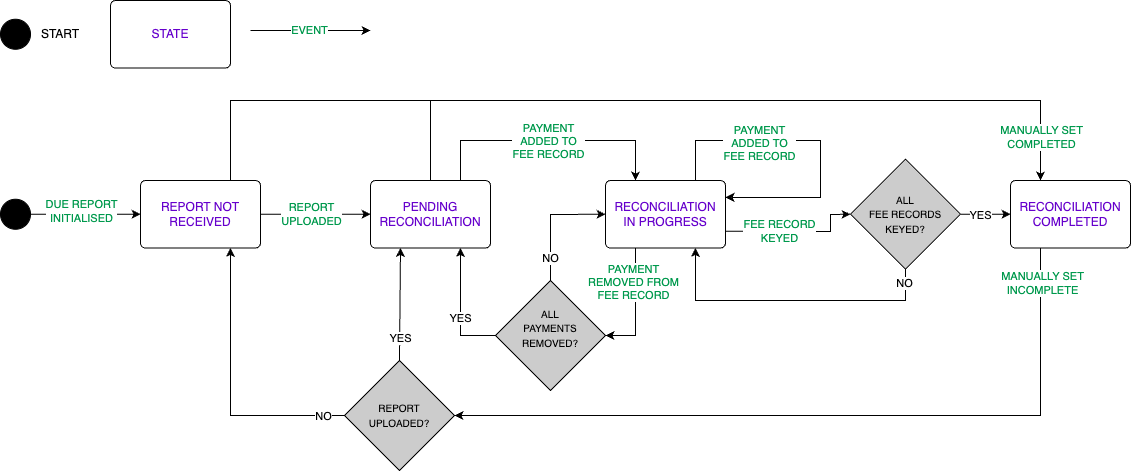
Above: doc/assets/utilisation-report-state-machine.png in UK-Export-Finance/dtfs2 (draw.io), before the change. Source tidied: cells renumbered, new cells last; positions are measured from the earlier drawing's top-left corner, leaving out a move shared by most shapes.
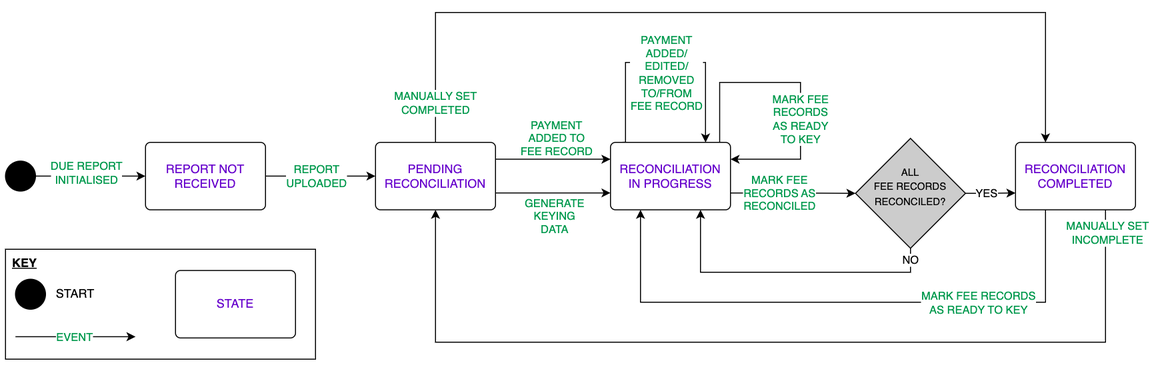
After the change.

Commit message:
docs(FN-3822): update event types and transitions

The edit, as a diff of the source:
```diff
@@ -8,195 +8,170 @@
     <mxCell id="3" value="&lt;font color=&quot;#6600cc&quot;&gt;REPORT NOT RECEIVED&lt;/font&gt;" style="html=1;align=center;verticalAlign=middle;rounded=1;absoluteArcSize=1;arcSize=10;dashed=0;whiteSpace=wrap;" parent="1" vertex="1">
       <mxGeometry x="140" y="180" width="120" height="67.5" as="geometry" />
     </mxCell>
+    <mxCell id="44" style="edgeStyle=orthogonalEdgeStyle;rounded=0;jettySize=auto;html=1;exitX=1;exitY=0.75;exitDx=0;exitDy=0;entryX=0;entryY=0.75;entryDx=0;entryDy=0;" parent="1" edge="1" source="4" target="5">
+      <mxGeometry relative="1" as="geometry" />
+    </mxCell>
+    <mxCell id="45" value="&lt;font color=&quot;#00994d&quot;&gt;GENERATE&lt;br&gt;KEYING&lt;br&gt;DATA&lt;/font&gt;" style="edgeLabel;html=1;align=center;verticalAlign=middle;" parent="44" vertex="1">
+      <mxGeometry x="0.34" y="2" relative="1" as="geometry">
+        <mxPoint x="-19" y="25" as="offset" />
+      </mxGeometry>
+    </mxCell>
     <mxCell id="4" value="&lt;font color=&quot;#6600cc&quot;&gt;PENDING RECONCILIATION&lt;/font&gt;" style="html=1;align=center;verticalAlign=middle;rounded=1;absoluteArcSize=1;arcSize=10;dashed=0;whiteSpace=wrap;" parent="1" vertex="1">
       <mxGeometry x="370" y="180" width="120" height="67.5" as="geometry" />
     </mxCell>
+    <mxCell id="46" style="edgeStyle=orthogonalEdgeStyle;rounded=0;orthogonalLoop=1;jettySize=auto;html=1;exitX=0.094;exitY=-0.001;exitDx=0;exitDy=0;entryX=0.791;entryY=0.001;entryDx=0;entryDy=0;entryPerimeter=0;exitPerimeter=0;" parent="1" edge="1" source="5" target="5">
+      <mxGeometry relative="1" as="geometry">
+        <Array as="points">
+          <mxPoint x="620" y="180" />
+          <mxPoint x="620" y="100" />
+          <mxPoint x="700" y="100" />
+          <mxPoint x="700" y="180" />
+        </Array>
+      </mxGeometry>
+    </mxCell>
+    <mxCell id="47" value="&lt;font color=&quot;#00994d&quot;&gt;&lt;font style=&quot;border-color: var(--border-color);&quot;&gt;PAYMENT&lt;/font&gt;&lt;br style=&quot;border-color: var(--border-color);&quot;&gt;ADDED/&lt;br style=&quot;border-color: var(--border-color);&quot;&gt;EDITED/&lt;br style=&quot;border-color: var(--border-color);&quot;&gt;REMOVED&lt;br style=&quot;border-color: var(--border-color);&quot;&gt;TO/FROM&lt;br style=&quot;border-color: var(--border-color);&quot;&gt;&lt;span style=&quot;border-color: var(--border-color);&quot;&gt;FEE RECORD&lt;/span&gt;&lt;/font&gt;" style="edgeLabel;html=1;align=center;verticalAlign=middle;" parent="46" vertex="1">
+      <mxGeometry x="0.01" relative="1" as="geometry">
+        <mxPoint x="1" y="10" as="offset" />
+      </mxGeometry>
+    </mxCell>
     <mxCell id="5" value="&lt;font color=&quot;#6600cc&quot;&gt;RECONCILIATION &lt;br&gt;IN PROGRESS&lt;/font&gt;" style="html=1;align=center;verticalAlign=middle;rounded=1;absoluteArcSize=1;arcSize=10;dashed=0;whiteSpace=wrap;" parent="1" vertex="1">
       <mxGeometry x="605" y="180" width="120" height="67.5" as="geometry" />
     </mxCell>
+    <mxCell id="48" style="edgeStyle=orthogonalEdgeStyle;rounded=0;jettySize=auto;html=1;exitX=0.25;exitY=1;exitDx=0;exitDy=0;entryX=0.25;entryY=1;entryDx=0;entryDy=0;" parent="1" edge="1" source="6" target="5">
+      <mxGeometry relative="1" as="geometry">
+        <Array as="points">
+          <mxPoint x="1040" y="340" />
+          <mxPoint x="635" y="340" />
+        </Array>
+      </mxGeometry>
+    </mxCell>
+    <mxCell id="49" value="&lt;font color=&quot;#00994d&quot;&gt;MARK FEE RECORDS&lt;br&gt;AS READY TO KEY&lt;/font&gt;" style="edgeLabel;html=1;align=center;verticalAlign=middle;" parent="48" vertex="1">
+      <mxGeometry x="-0.49" y="-1" relative="1" as="geometry">
+        <mxPoint x="-11" y="1" as="offset" />
+      </mxGeometry>
+    </mxCell>
     <mxCell id="6" value="&lt;font color=&quot;#6600cc&quot;&gt;RECONCILIATION COMPLETED&lt;/font&gt;" style="html=1;align=center;verticalAlign=middle;rounded=1;absoluteArcSize=1;arcSize=10;dashed=0;whiteSpace=wrap;" parent="1" vertex="1">
       <mxGeometry x="1010" y="180" width="120" height="67.5" as="geometry" />
     </mxCell>
-    <mxCell id="7" style="endArrow=classic;html=1;rounded=0;exitX=1;exitY=0.5;exitDx=0;exitDy=0;entryX=0;entryY=0.5;entryDx=0;entryDy=0;" parent="1" edge="1" source="2" target="3">
+    <mxCell id="7" style="endArrow=classic;html=1;rounded=0;exitX=1;exitY=0.5;exitDx=0;exitDy=0;entryX=0;entryY=0.5;entryDx=0;entryDy=0;edgeStyle=orthogonalEdgeStyle;" parent="1" edge="1" source="2" target="3">
       <mxGeometry relative="1" as="geometry" />
     </mxCell>
     <mxCell id="8" value="&lt;font color=&quot;#00994d&quot;&gt;DUE REPORT&lt;br&gt;INITIALISED&lt;/font&gt;" style="edgeLabel;html=1;align=center;verticalAlign=middle;" parent="7" vertex="1">
       <mxGeometry x="-0.08" y="3" relative="1" as="geometry" />
     </mxCell>
-    <mxCell id="9" style="endArrow=classic;html=1;rounded=0;exitX=1;exitY=0.5;exitDx=0;exitDy=0;entryX=0;entryY=0.5;entryDx=0;entryDy=0;" parent="1" edge="1" source="3" target="4">
+    <mxCell id="9" style="endArrow=classic;html=1;rounded=0;exitX=1;exitY=0.5;exitDx=0;exitDy=0;entryX=0;entryY=0.5;entryDx=0;entryDy=0;edgeStyle=orthogonalEdgeStyle;" parent="1" edge="1" source="3" target="4">
       <mxGeometry relative="1" as="geometry" />
     </mxCell>
     <mxCell id="10" value="&lt;font color=&quot;#00994d&quot;&gt;REPORT&lt;br&gt;UPLOADED&lt;/font&gt;" style="edgeLabel;html=1;align=center;verticalAlign=middle;" parent="9" vertex="1">
       <mxGeometry x="-0.08" relative="1" as="geometry" />
     </mxCell>
-    <mxCell id="11" style="endArrow=classic;html=1;rounded=0;entryX=0.25;entryY=0;entryDx=0;entryDy=0;exitX=0.5;exitY=0;exitDx=0;exitDy=0;" parent="1" edge="1" source="4" target="6">
-      <mxGeometry relative="1" as="geometry">
-        <Array as="points">
-          <mxPoint x="430" y="100" />
-          <mxPoint x="1040" y="100" />
-        </Array>
-      </mxGeometry>
-    </mxCell>
-    <mxCell id="12" value="&lt;font style=&quot;&quot;&gt;&lt;span style=&quot;font-size: 10px;&quot;&gt;ALL&lt;/span&gt;&lt;br&gt;&lt;span style=&quot;font-size: 10px;&quot;&gt;PAYMENTS&lt;/span&gt;&lt;br&gt;&lt;span style=&quot;font-size: 10px;&quot;&gt;REMOVED?&lt;br&gt;&lt;/span&gt;&lt;br&gt;&lt;/font&gt;" style="rhombus;whiteSpace=wrap;html=1;labelBackgroundColor=none;fillColor=#CCCCCC;fontColor=default;" parent="1" vertex="1">
-      <mxGeometry x="495" y="280" width="110" height="110" as="geometry" />
-    </mxCell>
-    <mxCell id="13" value="&lt;font style=&quot;font-size: 10px;&quot;&gt;ALL&lt;br&gt;FEE RECORDS&lt;br&gt;KEYED?&lt;/font&gt;" style="rhombus;whiteSpace=wrap;html=1;labelBackgroundColor=none;fillColor=#CCCCCC;fontColor=default;" parent="1" vertex="1">
-      <mxGeometry x="850" y="158.8" width="110" height="110" as="geometry" />
+    <mxCell id="13" value="&lt;font style=&quot;font-size: 10px;&quot;&gt;ALL&lt;br style=&quot;border-color: var(--border-color);&quot;&gt;FEE RECORDS&lt;br style=&quot;border-color: var(--border-color);&quot;&gt;RECONCILED?&lt;br&gt;&lt;br&gt;&lt;/font&gt;" style="rhombus;whiteSpace=wrap;html=1;labelBackgroundColor=none;fillColor=#CCCCCC;fontColor=default;" parent="1" vertex="1">
+      <mxGeometry x="850" y="176" width="110" height="110" as="geometry" />
     </mxCell>
-    <mxCell id="14" style="endArrow=classic;html=1;rounded=0;exitX=0.75;exitY=0;exitDx=0;exitDy=0;entryX=0.25;entryY=0;entryDx=0;entryDy=0;" parent="1" edge="1" source="4" target="5">
+    <mxCell id="14" style="endArrow=classic;html=1;rounded=0;exitX=1;exitY=0.25;exitDx=0;exitDy=0;entryX=0;entryY=0.25;entryDx=0;entryDy=0;edgeStyle=orthogonalEdgeStyle;" parent="1" edge="1" source="4" target="5">
       <mxGeometry relative="1" as="geometry">
         <Array as="points">
-          <mxPoint x="460" y="140" />
-          <mxPoint x="635" y="140" />
+          <mxPoint x="560" y="197" />
+          <mxPoint x="560" y="197" />
         </Array>
       </mxGeometry>
     </mxCell>
     <mxCell id="15" value="&lt;font color=&quot;#00994d&quot;&gt;PAYMENT&lt;br&gt;ADDED TO&lt;br&gt;FEE RECORD&lt;/font&gt;" style="edgeLabel;html=1;align=center;verticalAlign=middle;" parent="14" vertex="1">
       <mxGeometry x="-0.08" relative="1" as="geometry">
-        <mxPoint x="9" y="1" as="offset" />
+        <mxPoint x="7" y="-21" as="offset" />
       </mxGeometry>
     </mxCell>
-    <mxCell id="16" style="endArrow=classic;html=1;rounded=0;exitX=1;exitY=0.5;exitDx=0;exitDy=0;entryX=0;entryY=0.5;entryDx=0;entryDy=0;" parent="1" edge="1" source="13" target="6">
+    <mxCell id="16" style="endArrow=classic;html=1;rounded=0;exitX=1;exitY=0.5;exitDx=0;exitDy=0;entryX=0;entryY=0.75;entryDx=0;entryDy=0;edgeStyle=orthogonalEdgeStyle;" parent="1" edge="1" source="13" target="6">
       <mxGeometry relative="1" as="geometry" />
     </mxCell>
     <mxCell id="17" value="YES" style="edgeLabel;html=1;align=center;verticalAlign=middle;" parent="16" vertex="1">
       <mxGeometry x="-0.25" y="-2" relative="1" as="geometry">
-        <mxPoint y="-1" as="offset" />
+        <mxPoint x="1" y="-2" as="offset" />
       </mxGeometry>
     </mxCell>
-    <mxCell id="18" style="endArrow=classic;html=1;rounded=0;exitX=0.5;exitY=1;exitDx=0;exitDy=0;entryX=0.75;entryY=1;entryDx=0;entryDy=0;" parent="1" edge="1" source="13" target="5">
+    <mxCell id="18" style="endArrow=classic;html=1;rounded=0;exitX=0.5;exitY=1;exitDx=0;exitDy=0;entryX=0.75;entryY=1;entryDx=0;entryDy=0;edgeStyle=orthogonalEdgeStyle;" parent="1" edge="1" source="13" target="5">
       <mxGeometry relative="1" as="geometry">
         <Array as="points">
-          <mxPoint x="905" y="300" />
-          <mxPoint x="695" y="300" />
+          <mxPoint x="905" y="310" />
+          <mxPoint x="695" y="310" />
         </Array>
       </mxGeometry>
     </mxCell>
     <mxCell id="19" value="NO" style="edgeLabel;html=1;align=center;verticalAlign=middle;" parent="18" vertex="1">
       <mxGeometry x="-0.92" y="-1" relative="1" as="geometry">
-        <mxPoint y="2" as="offset" />
+        <mxPoint x="1" as="offset" />
       </mxGeometry>
     </mxCell>
-    <mxCell id="20" style="endArrow=classic;html=1;rounded=0;entryX=1;entryY=0.25;entryDx=0;entryDy=0;exitX=0.75;exitY=0;exitDx=0;exitDy=0;" parent="1" edge="1" source="5" target="5">
-      <mxGeometry relative="1" as="geometry">
-        <Array as="points">
-          <mxPoint x="695" y="140" />
-          <mxPoint x="820" y="140" />
-          <mxPoint x="820" y="197" />
-        </Array>
-      </mxGeometry>
-    </mxCell>
-    <mxCell id="21" value="&lt;font color=&quot;#00994d&quot;&gt;PAYMENT&lt;br&gt;ADDED TO&lt;br&gt;FEE RECORD&lt;/font&gt;" style="edgeLabel;html=1;align=center;verticalAlign=middle;" parent="20" vertex="1">
-      <mxGeometry x="-0.01" y="-2" relative="1" as="geometry">
-        <mxPoint x="-54" y="1" as="offset" />
-      </mxGeometry>
-    </mxCell>
-    <mxCell id="22" style="endArrow=classic;html=1;rounded=0;entryX=1;entryY=0.5;entryDx=0;entryDy=0;exitX=0.25;exitY=1;exitDx=0;exitDy=0;" parent="1" edge="1" source="5" target="12">
-      <mxGeometry relative="1" as="geometry">
-        <Array as="points">
-          <mxPoint x="635" y="335" />
-        </Array>
-      </mxGeometry>
-    </mxCell>
-    <mxCell id="23" value="&lt;font color=&quot;#00994d&quot;&gt;PAYMENT&lt;br&gt;REMOVED FROM&lt;br&gt;FEE RECORD&lt;/font&gt;" style="edgeLabel;html=1;align=center;verticalAlign=middle;" parent="22" vertex="1">
-      <mxGeometry x="0.22" relative="1" as="geometry">
-        <mxPoint x="-2" y="-37" as="offset" />
-      </mxGeometry>
-    </mxCell>
-    <mxCell id="24" style="endArrow=classic;html=1;rounded=0;entryX=0.25;entryY=0;entryDx=0;entryDy=0;exitX=0.75;exitY=0;exitDx=0;exitDy=0;" parent="1" edge="1" source="3" target="6">
+    <mxCell id="24" style="endArrow=classic;html=1;rounded=0;entryX=0.25;entryY=0;entryDx=0;entryDy=0;exitX=0.5;exitY=0;exitDx=0;exitDy=0;edgeStyle=orthogonalEdgeStyle;" parent="1" edge="1" source="4" target="6">
       <mxGeometry relative="1" as="geometry">
         <Array as="points">
-          <mxPoint x="230" y="100" />
-          <mxPoint x="1040" y="100" />
+          <mxPoint x="430" y="50" />
+          <mxPoint x="1040" y="50" />
         </Array>
       </mxGeometry>
     </mxCell>
     <mxCell id="25" value="&lt;font color=&quot;#00994d&quot;&gt;MANUALLY SET&lt;br&gt;COMPLETED&lt;/font&gt;" style="edgeLabel;html=1;align=center;verticalAlign=middle;" parent="24" vertex="1">
       <mxGeometry x="0.89" y="1" relative="1" as="geometry">
-        <mxPoint y="7" as="offset" />
+        <mxPoint x="-611" y="7" as="offset" />
       </mxGeometry>
     </mxCell>
-    <mxCell id="26" style="endArrow=classic;html=1;rounded=0;exitX=1;exitY=0.75;exitDx=0;exitDy=0;entryX=0;entryY=0.5;entryDx=0;entryDy=0;" parent="1" edge="1" source="5" target="13">
-      <mxGeometry relative="1" as="geometry">
-        <Array as="points">
-          <mxPoint x="830" y="231" />
-          <mxPoint x="830" y="214" />
-        </Array>
-      </mxGeometry>
+    <mxCell id="26" style="endArrow=classic;html=1;rounded=0;exitX=1;exitY=0.75;exitDx=0;exitDy=0;entryX=0;entryY=0.5;entryDx=0;entryDy=0;edgeStyle=orthogonalEdgeStyle;" parent="1" edge="1" source="5" target="13">
+      <mxGeometry relative="1" as="geometry" />
     </mxCell>
-    <mxCell id="27" value="&lt;font color=&quot;#00994d&quot;&gt;FEE RECORD&lt;br&gt;KEYED&lt;/font&gt;" style="edgeLabel;html=1;align=center;verticalAlign=middle;" parent="26" vertex="1">
+    <mxCell id="27" value="&lt;font color=&quot;#00994d&quot;&gt;MARK FEE&lt;br style=&quot;border-color: var(--border-color);&quot;&gt;RECORDS AS&lt;br style=&quot;border-color: var(--border-color);&quot;&gt;RECONCILED&lt;/font&gt;" style="edgeLabel;html=1;align=center;verticalAlign=middle;" parent="26" vertex="1">
       <mxGeometry x="-0.36" relative="1" as="geometry">
         <mxPoint x="9" as="offset" />
       </mxGeometry>
     </mxCell>
-    <mxCell id="28" style="endArrow=classic;html=1;rounded=0;exitX=0.25;exitY=1;exitDx=0;exitDy=0;entryX=1;entryY=0.5;entryDx=0;entryDy=0;" parent="1" edge="1" source="6" target="30">
+    <mxCell id="28" style="endArrow=classic;html=1;rounded=0;exitX=0.75;exitY=1;exitDx=0;exitDy=0;entryX=0.5;entryY=1;entryDx=0;entryDy=0;edgeStyle=orthogonalEdgeStyle;" parent="1" edge="1" source="6" target="4">
       <mxGeometry relative="1" as="geometry">
         <Array as="points">
-          <mxPoint x="1040" y="415" />
+          <mxPoint x="1100" y="380" />
+          <mxPoint x="430" y="380" />
         </Array>
       </mxGeometry>
     </mxCell>
     <mxCell id="29" value="&lt;font color=&quot;#00994d&quot;&gt;MANUALLY SET&lt;br&gt;INCOMPLETE&lt;/font&gt;" style="edgeLabel;html=1;align=center;verticalAlign=middle;" parent="28" vertex="1">
       <mxGeometry x="-0.83" y="2" relative="1" as="geometry">
-        <mxPoint y="-28" as="offset" />
+        <mxPoint x="-1" y="-55" as="offset" />
       </mxGeometry>
     </mxCell>
-    <mxCell id="30" value="&lt;font style=&quot;font-size: 10px;&quot;&gt;REPORT&lt;br&gt;UPLOADED?&lt;br&gt;&lt;/font&gt;" style="rhombus;whiteSpace=wrap;html=1;labelBackgroundColor=none;fillColor=#CCCCCC;fontColor=default;" parent="1" vertex="1">
-      <mxGeometry x="344" y="360" width="110" height="110" as="geometry" />
-    </mxCell>
-    <mxCell id="31" style="endArrow=classic;html=1;rounded=0;exitX=0;exitY=0.5;exitDx=0;exitDy=0;entryX=0.75;entryY=1;entryDx=0;entryDy=0;" parent="1" edge="1" source="30" target="3">
-      <mxGeometry relative="1" as="geometry">
-        <Array as="points">
-          <mxPoint x="230" y="415" />
-        </Array>
-      </mxGeometry>
-    </mxCell>
-    <mxCell id="32" value="NO" style="edgeLabel;html=1;align=center;verticalAlign=middle;" parent="31" vertex="1">
-      <mxGeometry x="-0.86" y="1" relative="1" as="geometry">
-        <mxPoint x="-2" as="offset" />
-      </mxGeometry>
-    </mxCell>
-    <mxCell id="33" style="endArrow=classic;html=1;rounded=0;entryX=0;entryY=0.5;entryDx=0;entryDy=0;exitX=0.5;exitY=0;exitDx=0;exitDy=0;" parent="1" edge="1" source="12" target="5">
-      <mxGeometry relative="1" as="geometry">
-        <Array as="points">
-          <mxPoint x="550" y="214" />
-        </Array>
-      </mxGeometry>
-    </mxCell>
-    <mxCell id="34" value="NO" style="edgeLabel;html=1;align=center;verticalAlign=middle;" parent="33" vertex="1">
-      <mxGeometry x="-0.63" relative="1" as="geometry" />
-    </mxCell>
-    <mxCell id="35" style="endArrow=classic;html=1;rounded=0;exitX=0;exitY=0.5;exitDx=0;exitDy=0;entryX=0.75;entryY=1;entryDx=0;entryDy=0;" parent="1" edge="1" source="12" target="4">
-      <mxGeometry relative="1" as="geometry">
-        <Array as="points">
-          <mxPoint x="460" y="335" />
-        </Array>
-      </mxGeometry>
-    </mxCell>
-    <mxCell id="36" value="YES" style="edgeLabel;html=1;align=center;verticalAlign=middle;" parent="35" vertex="1">
-      <mxGeometry x="-0.7" y="3" relative="1" as="geometry">
-        <mxPoint x="-17" y="-20" as="offset" />
-      </mxGeometry>
-    </mxCell>
-    <mxCell id="37" style="endArrow=classic;html=1;rounded=0;exitX=0.5;exitY=0;exitDx=0;exitDy=0;entryX=0.25;entryY=1;entryDx=0;entryDy=0;" parent="1" edge="1" source="30" target="4">
-      <mxGeometry relative="1" as="geometry" />
-    </mxCell>
-    <mxCell id="38" value="YES" style="edgeLabel;html=1;align=center;verticalAlign=middle;" parent="37" vertex="1">
-      <mxGeometry x="-0.6" relative="1" as="geometry" />
-    </mxCell>
+    <mxCell id="50" style="edgeStyle=orthogonalEdgeStyle;rounded=0;orthogonalLoop=1;jettySize=auto;html=1;exitX=0.91;exitY=0;exitDx=0;exitDy=0;entryX=1;entryY=0.25;entryDx=0;entryDy=0;exitPerimeter=0;" parent="1" edge="1" source="5" target="5">
+      <mxGeometry relative="1" as="geometry">
+        <Array as="points">
+          <mxPoint x="714" y="120" />
+          <mxPoint x="795" y="120" />
+          <mxPoint x="795" y="197" />
+        </Array>
+      </mxGeometry>
+    </mxCell>
+    <mxCell id="51" value="&lt;font color=&quot;#00994d&quot;&gt;MARK FEE&lt;br style=&quot;border-color: var(--border-color);&quot;&gt;RECORDS&lt;br style=&quot;border-color: var(--border-color);&quot;&gt;AS READY&lt;br style=&quot;border-color: var(--border-color);&quot;&gt;TO KEY&lt;/font&gt;" style="edgeLabel;html=1;align=center;verticalAlign=middle;" parent="50" vertex="1">
+      <mxGeometry x="0.24" y="1" relative="1" as="geometry">
+        <mxPoint x="-1" y="-2" as="offset" />
+      </mxGeometry>
+    </mxCell>
+    <mxCell id="52" style="group;" parent="1" vertex="1">
+      <mxGeometry y="287" width="310" height="110" as="geometry" />
+    </mxCell>
+    <mxCell id="53" value="KEY" style="rounded=0;whiteSpace=wrap;html=1;align=left;verticalAlign=top;spacingLeft=5;fontStyle=5;" parent="52" vertex="1">
+      <mxGeometry width="310" height="110" as="geometry" />
+    </mxCell>
+    <mxCell id="54" style="group;" parent="52" vertex="1">
+      <mxGeometry x="10" y="30" width="85" height="30" as="geometry" />
+    </mxCell>
-    <mxCell id="39" style="ellipse;fillColor=strokeColor;html=1;" parent="1" vertex="1">
-      <mxGeometry y="18.8" width="30" height="30" as="geometry" />
+    <mxCell id="39" style="ellipse;fillColor=strokeColor;html=1;" parent="54" vertex="1">
+      <mxGeometry width="30" height="30" as="geometry" />
     </mxCell>
-    <mxCell id="40" value="START" style="text;html=1;strokeColor=none;fillColor=none;align=center;verticalAlign=middle;whiteSpace=wrap;rounded=0;" parent="1" vertex="1">
-      <mxGeometry x="35" y="18.8" width="50" height="30" as="geometry" />
+    <mxCell id="40" value="START" style="text;html=1;strokeColor=none;fillColor=none;align=center;verticalAlign=middle;whiteSpace=wrap;rounded=0;" parent="54" vertex="1">
+      <mxGeometry x="35" width="50" height="30" as="geometry" />
     </mxCell>
-    <mxCell id="41" value="&lt;font color=&quot;#6600cc&quot;&gt;STATE&lt;/font&gt;" style="html=1;align=center;verticalAlign=middle;rounded=1;absoluteArcSize=1;arcSize=10;dashed=0;whiteSpace=wrap;" parent="1" vertex="1">
-      <mxGeometry x="110" width="120" height="67.5" as="geometry" />
+    <mxCell id="41" value="&lt;font color=&quot;#6600cc&quot;&gt;STATE&lt;/font&gt;" style="html=1;align=center;verticalAlign=middle;rounded=1;absoluteArcSize=1;arcSize=10;dashed=0;whiteSpace=wrap;" parent="52" vertex="1">
+      <mxGeometry x="170" y="21.2" width="120" height="67.5" as="geometry" />
     </mxCell>
-    <mxCell id="42" style="endArrow=classic;html=1;rounded=0;exitX=1;exitY=0.5;exitDx=0;exitDy=0;" parent="1" edge="1">
+    <mxCell id="42" style="endArrow=classic;html=1;rounded=0;exitX=1;exitY=0.5;exitDx=0;exitDy=0;edgeStyle=orthogonalEdgeStyle;" parent="52" edge="1">
       <mxGeometry relative="1" as="geometry">
-        <mxPoint x="250" y="30" as="sourcePoint" />
-        <mxPoint x="370" y="30" as="targetPoint" />
+        <mxPoint x="10" y="87.5" as="sourcePoint" />
+        <mxPoint x="130" y="87.5" as="targetPoint" />
       </mxGeometry>
     </mxCell>
     <mxCell id="43" value="&lt;font color=&quot;#00994d&quot;&gt;EVENT&lt;/font&gt;" style="edgeLabel;html=1;align=center;verticalAlign=middle;" parent="42" vertex="1">
```
